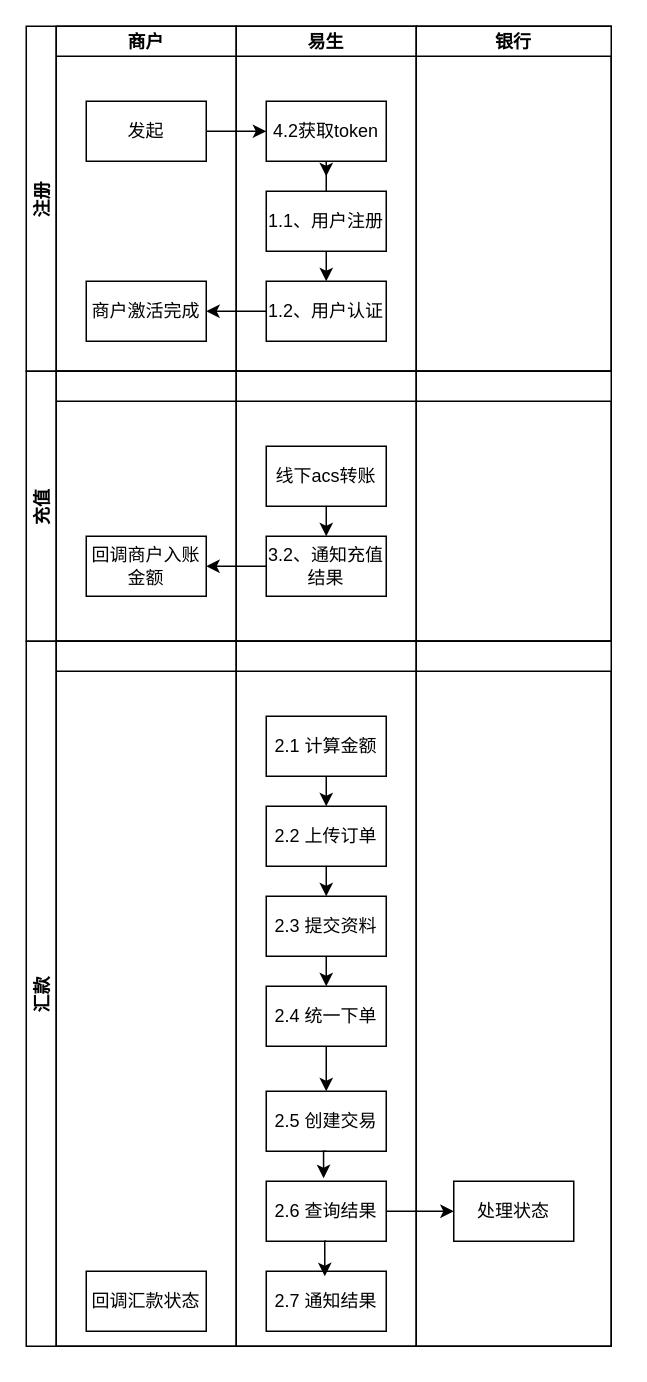
This is 购付汇业务流程.drawio from gao888888/bolg, a draw.io file, before an edit. Source tidied: cells renumbered, new cells numbered last; positions are measured from the earlier drawing's top-left corner, leaving out a move shared by most shapes. Both pictures are drawn from the tidied source at 150%, with x=0, y=0 at pixel (26, 26).
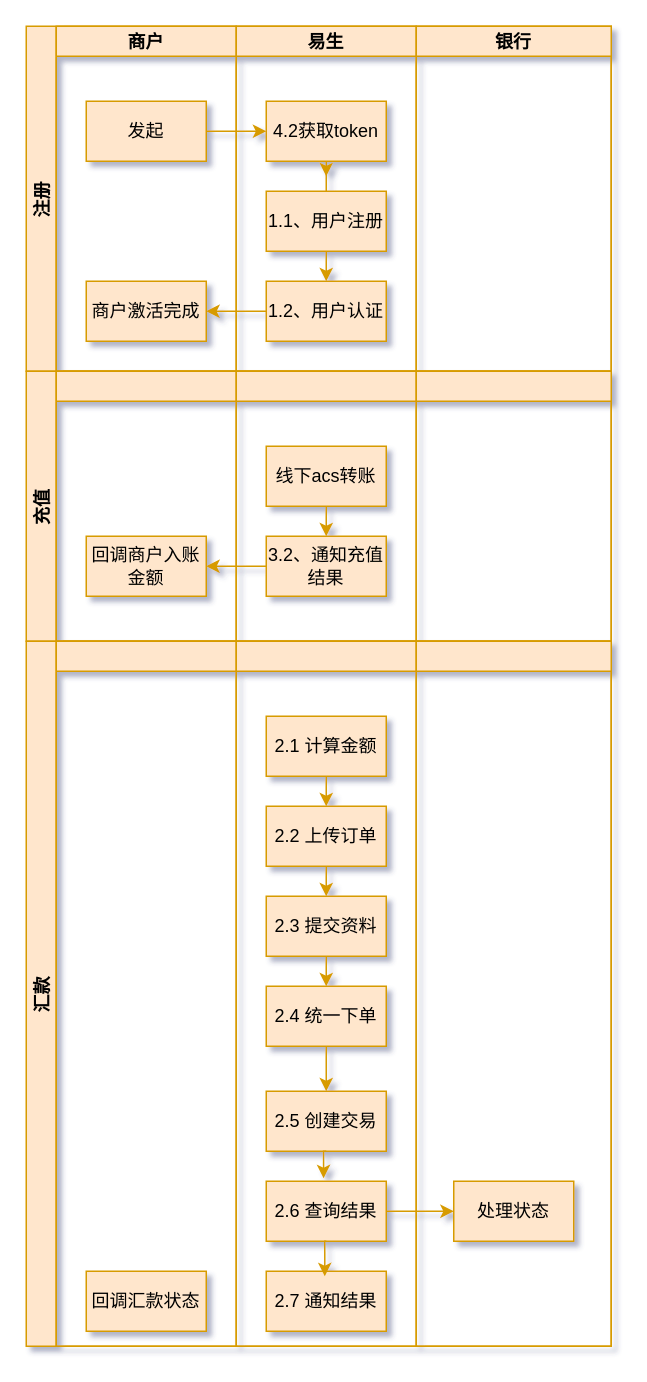
The same diagram, later.

Commit message (it also covers changes not shown here):
更新购付汇业务流程.drawio

Change to the diagram source:
```diff
@@
-<mxGraphModel>
+<mxGraphModel shadow="1">
@@
-    <mxCell id="2" value="注册" style="swimlane;startSize=20;horizontal=0;" parent="1" vertex="1">
+    <mxCell id="2" value="注册" style="swimlane;startSize=20;horizontal=0;fillColor=#ffe6cc;strokeColor=#d79b00;" parent="1" vertex="1">
       <mxGeometry width="390" height="230" as="geometry" />
     </mxCell>
-    <mxCell id="3" value="商户" style="swimlane;startSize=20;" parent="2" vertex="1">
+    <mxCell id="3" value="商户" style="swimlane;startSize=20;fillColor=#ffe6cc;strokeColor=#d79b00;" parent="2" vertex="1">
       <mxGeometry x="20" width="120" height="230" as="geometry" />
     </mxCell>
-    <mxCell id="4" value="发起" style="rounded=0;whiteSpace=wrap;html=1;" parent="3" vertex="1">
+    <mxCell id="4" value="发起" style="rounded=0;whiteSpace=wrap;html=1;fillColor=#ffe6cc;strokeColor=#d79b00;" parent="3" vertex="1">
       <mxGeometry x="20" y="50" width="80" height="40" as="geometry" />
     </mxCell>
-    <mxCell id="5" value="商户激活完成" style="rounded=0;whiteSpace=wrap;html=1;" parent="3" vertex="1">
+    <mxCell id="5" value="商户激活完成" style="rounded=0;whiteSpace=wrap;html=1;fillColor=#ffe6cc;strokeColor=#d79b00;" parent="3" vertex="1">
       <mxGeometry x="20" y="170" width="80" height="40" as="geometry" />
     </mxCell>
-    <mxCell id="6" value="易生" style="swimlane;startSize=20;" parent="2" vertex="1">
+    <mxCell id="6" value="易生" style="swimlane;startSize=20;fillColor=#ffe6cc;strokeColor=#d79b00;" parent="2" vertex="1">
       <mxGeometry x="140" width="120" height="230" as="geometry" />
     </mxCell>
-    <mxCell id="7" value="4.2获取token" style="rounded=0;whiteSpace=wrap;html=1;" parent="6" vertex="1">
+    <mxCell id="7" value="4.2获取token" style="rounded=0;whiteSpace=wrap;html=1;fillColor=#ffe6cc;strokeColor=#d79b00;" parent="6" vertex="1">
       <mxGeometry x="20" y="50" width="80" height="40" as="geometry" />
     </mxCell>
-    <mxCell id="8" style="edgeStyle=orthogonalEdgeStyle;rounded=0;jettySize=auto;html=1;" parent="6" edge="1" source="10">
+    <mxCell id="8" style="edgeStyle=orthogonalEdgeStyle;rounded=0;jettySize=auto;html=1;fillColor=#ffe6cc;strokeColor=#d79b00;" parent="6" edge="1" source="10">
       <mxGeometry relative="1" as="geometry">
         <mxPoint x="60" y="100" as="targetPoint" />
       </mxGeometry>
     </mxCell>
-    <mxCell id="9" style="edgeStyle=orthogonalEdgeStyle;rounded=0;jettySize=auto;html=1;exitX=0.5;exitY=1;exitDx=0;exitDy=0;entryX=0.5;entryY=0;entryDx=0;entryDy=0;" parent="6" edge="1" source="10" target="11">
+    <mxCell id="9" style="edgeStyle=orthogonalEdgeStyle;rounded=0;jettySize=auto;html=1;exitX=0.5;exitY=1;exitDx=0;exitDy=0;entryX=0.5;entryY=0;entryDx=0;entryDy=0;fillColor=#ffe6cc;strokeColor=#d79b00;" parent="6" edge="1" source="10" target="11">
       <mxGeometry relative="1" as="geometry" />
     </mxCell>
-    <mxCell id="10" value="1.1、用户注册" style="rounded=0;whiteSpace=wrap;html=1;" parent="6" vertex="1">
+    <mxCell id="10" value="1.1、用户注册" style="rounded=0;whiteSpace=wrap;html=1;fillColor=#ffe6cc;strokeColor=#d79b00;" parent="6" vertex="1">
       <mxGeometry x="20" y="110" width="80" height="40" as="geometry" />
     </mxCell>
-    <mxCell id="11" value="1.2、用户认证" style="rounded=0;whiteSpace=wrap;html=1;" parent="6" vertex="1">
+    <mxCell id="11" value="1.2、用户认证" style="rounded=0;whiteSpace=wrap;html=1;fillColor=#ffe6cc;strokeColor=#d79b00;" parent="6" vertex="1">
       <mxGeometry x="20" y="170" width="80" height="40" as="geometry" />
     </mxCell>
-    <mxCell id="12" value="银行" style="swimlane;startSize=20;" parent="2" vertex="1">
+    <mxCell id="12" value="银行" style="swimlane;startSize=20;fillColor=#ffe6cc;strokeColor=#d79b00;" parent="2" vertex="1">
       <mxGeometry x="260" width="130" height="230" as="geometry" />
     </mxCell>
-    <mxCell id="13" style="edgeStyle=orthogonalEdgeStyle;rounded=0;jettySize=auto;html=1;" parent="2" edge="1" source="4" target="7">
+    <mxCell id="13" style="edgeStyle=orthogonalEdgeStyle;rounded=0;jettySize=auto;html=1;fillColor=#ffe6cc;strokeColor=#d79b00;" parent="2" edge="1" source="4" target="7">
       <mxGeometry relative="1" as="geometry" />
     </mxCell>
-    <mxCell id="14" style="edgeStyle=orthogonalEdgeStyle;rounded=0;jettySize=auto;html=1;" parent="2" edge="1" source="11" target="5">
+    <mxCell id="14" style="edgeStyle=orthogonalEdgeStyle;rounded=0;jettySize=auto;html=1;fillColor=#ffe6cc;strokeColor=#d79b00;" parent="2" edge="1" source="11" target="5">
       <mxGeometry relative="1" as="geometry" />
     </mxCell>
-    <mxCell id="15" value="充值" style="swimlane;startSize=20;horizontal=0;" parent="1" vertex="1">
+    <mxCell id="15" value="充值" style="swimlane;startSize=20;horizontal=0;fillColor=#ffe6cc;strokeColor=#d79b00;" parent="1" vertex="1">
       <mxGeometry y="230" width="390" height="180" as="geometry" />
     </mxCell>
-    <mxCell id="16" style="swimlane;startSize=20;" parent="15" vertex="1">
+    <mxCell id="16" style="swimlane;startSize=20;fillColor=#ffe6cc;strokeColor=#d79b00;" parent="15" vertex="1">
       <mxGeometry x="20" width="120" height="180" as="geometry" />
     </mxCell>
-    <mxCell id="17" value="回调商户入账金额" style="rounded=0;whiteSpace=wrap;html=1;" parent="16" vertex="1">
+    <mxCell id="17" value="回调商户入账金额" style="rounded=0;whiteSpace=wrap;html=1;fillColor=#ffe6cc;strokeColor=#d79b00;" parent="16" vertex="1">
       <mxGeometry x="20" y="110" width="80" height="40" as="geometry" />
     </mxCell>
-    <mxCell id="18" style="swimlane;startSize=20;" parent="15" vertex="1">
+    <mxCell id="18" style="swimlane;startSize=20;fillColor=#ffe6cc;strokeColor=#d79b00;" parent="15" vertex="1">
       <mxGeometry x="140" width="120" height="180" as="geometry" />
     </mxCell>
-    <mxCell id="19" style="edgeStyle=orthogonalEdgeStyle;rounded=0;jettySize=auto;html=1;exitX=0.5;exitY=1;exitDx=0;exitDy=0;entryX=0.5;entryY=0;entryDx=0;entryDy=0;" parent="18" edge="1" source="20" target="21">
+    <mxCell id="19" style="edgeStyle=orthogonalEdgeStyle;rounded=0;jettySize=auto;html=1;exitX=0.5;exitY=1;exitDx=0;exitDy=0;entryX=0.5;entryY=0;entryDx=0;entryDy=0;fillColor=#ffe6cc;strokeColor=#d79b00;" parent="18" edge="1" source="20" target="21">
       <mxGeometry relative="1" as="geometry" />
     </mxCell>
-    <mxCell id="20" value="线下acs转账" style="rounded=0;whiteSpace=wrap;html=1;" parent="18" vertex="1">
+    <mxCell id="20" value="线下acs转账" style="rounded=0;whiteSpace=wrap;html=1;fillColor=#ffe6cc;strokeColor=#d79b00;" parent="18" vertex="1">
       <mxGeometry x="20" y="50" width="80" height="40" as="geometry" />
     </mxCell>
-    <mxCell id="21" value="3.2、通知充值结果" style="rounded=0;whiteSpace=wrap;html=1;" parent="18" vertex="1">
+    <mxCell id="21" value="3.2、通知充值结果" style="rounded=0;whiteSpace=wrap;html=1;fillColor=#ffe6cc;strokeColor=#d79b00;" parent="18" vertex="1">
       <mxGeometry x="20" y="110" width="80" height="40" as="geometry" />
     </mxCell>
-    <mxCell id="22" style="swimlane;startSize=20;" parent="15" vertex="1">
+    <mxCell id="22" style="swimlane;startSize=20;fillColor=#ffe6cc;strokeColor=#d79b00;" parent="15" vertex="1">
       <mxGeometry x="260" width="130" height="180" as="geometry" />
     </mxCell>
-    <mxCell id="23" style="edgeStyle=orthogonalEdgeStyle;rounded=0;jettySize=auto;html=1;" parent="15" edge="1" source="21" target="17">
+    <mxCell id="23" style="edgeStyle=orthogonalEdgeStyle;rounded=0;jettySize=auto;html=1;fillColor=#ffe6cc;strokeColor=#d79b00;" parent="15" edge="1" source="21" target="17">
       <mxGeometry relative="1" as="geometry" />
     </mxCell>
-    <mxCell id="24" value="汇款" style="swimlane;startSize=20;horizontal=0;" parent="1" vertex="1">
+    <mxCell id="24" value="汇款" style="swimlane;startSize=20;horizontal=0;fillColor=#ffe6cc;strokeColor=#d79b00;" parent="1" vertex="1">
       <mxGeometry y="410" width="390" height="470" as="geometry" />
     </mxCell>
-    <mxCell id="25" style="swimlane;startSize=20;" parent="24" vertex="1">
+    <mxCell id="25" style="swimlane;startSize=20;fillColor=#ffe6cc;strokeColor=#d79b00;" parent="24" vertex="1">
       <mxGeometry x="20" width="120" height="470" as="geometry" />
     </mxCell>
-    <mxCell id="26" value="回调汇款状态" style="rounded=0;whiteSpace=wrap;html=1;" parent="25" vertex="1">
+    <mxCell id="26" value="回调汇款状态" style="rounded=0;whiteSpace=wrap;html=1;fillColor=#ffe6cc;strokeColor=#d79b00;" parent="25" vertex="1">
       <mxGeometry x="20" y="420" width="80" height="40" as="geometry" />
     </mxCell>
-    <mxCell id="27" style="swimlane;startSize=20;" parent="24" vertex="1">
+    <mxCell id="27" style="swimlane;startSize=20;fillColor=#ffe6cc;strokeColor=#d79b00;" parent="24" vertex="1">
       <mxGeometry x="140" width="120" height="470" as="geometry" />
     </mxCell>
-    <mxCell id="28" style="edgeStyle=orthogonalEdgeStyle;rounded=0;jettySize=auto;html=1;exitX=0.5;exitY=1;exitDx=0;exitDy=0;entryX=0.5;entryY=0;entryDx=0;entryDy=0;" parent="27" edge="1" source="29" target="31">
+    <mxCell id="28" style="edgeStyle=orthogonalEdgeStyle;rounded=0;jettySize=auto;html=1;exitX=0.5;exitY=1;exitDx=0;exitDy=0;entryX=0.5;entryY=0;entryDx=0;entryDy=0;fillColor=#ffe6cc;strokeColor=#d79b00;" parent="27" edge="1" source="29" target="31">
       <mxGeometry relative="1" as="geometry" />
     </mxCell>
-    <mxCell id="29" value="2.1 计算金额" style="rounded=0;whiteSpace=wrap;html=1;" parent="27" vertex="1">
+    <mxCell id="29" value="2.1 计算金额" style="rounded=0;whiteSpace=wrap;html=1;fillColor=#ffe6cc;strokeColor=#d79b00;" parent="27" vertex="1">
       <mxGeometry x="20" y="50" width="80" height="40" as="geometry" />
     </mxCell>
-    <mxCell id="30" style="edgeStyle=orthogonalEdgeStyle;rounded=0;jettySize=auto;html=1;exitX=0.5;exitY=1;exitDx=0;exitDy=0;entryX=0.5;entryY=0;entryDx=0;entryDy=0;" parent="27" edge="1" source="31" target="33">
+    <mxCell id="30" style="edgeStyle=orthogonalEdgeStyle;rounded=0;jettySize=auto;html=1;exitX=0.5;exitY=1;exitDx=0;exitDy=0;entryX=0.5;entryY=0;entryDx=0;entryDy=0;fillColor=#ffe6cc;strokeColor=#d79b00;" parent="27" edge="1" source="31" target="33">
       <mxGeometry relative="1" as="geometry" />
     </mxCell>
-    <mxCell id="31" value="2.2 上传订单" style="rounded=0;whiteSpace=wrap;html=1;" parent="27" vertex="1">
+    <mxCell id="31" value="2.2 上传订单" style="rounded=0;whiteSpace=wrap;html=1;fillColor=#ffe6cc;strokeColor=#d79b00;" parent="27" vertex="1">
       <mxGeometry x="20" y="110" width="80" height="40" as="geometry" />
     </mxCell>
-    <mxCell id="32" style="edgeStyle=orthogonalEdgeStyle;rounded=0;jettySize=auto;html=1;exitX=0.5;exitY=1;exitDx=0;exitDy=0;entryX=0.5;entryY=0;entryDx=0;entryDy=0;" parent="27" edge="1" source="33" target="35">
+    <mxCell id="32" style="edgeStyle=orthogonalEdgeStyle;rounded=0;jettySize=auto;html=1;exitX=0.5;exitY=1;exitDx=0;exitDy=0;entryX=0.5;entryY=0;entryDx=0;entryDy=0;fillColor=#ffe6cc;strokeColor=#d79b00;" parent="27" edge="1" source="33" target="35">
       <mxGeometry relative="1" as="geometry" />
     </mxCell>
-    <mxCell id="33" value="2.3 提交资料" style="rounded=0;whiteSpace=wrap;html=1;" parent="27" vertex="1">
+    <mxCell id="33" value="2.3 提交资料" style="rounded=0;whiteSpace=wrap;html=1;fillColor=#ffe6cc;strokeColor=#d79b00;" parent="27" vertex="1">
       <mxGeometry x="20" y="170" width="80" height="40" as="geometry" />
     </mxCell>
-    <mxCell id="34" style="edgeStyle=orthogonalEdgeStyle;rounded=0;jettySize=auto;html=1;exitX=0.5;exitY=1;exitDx=0;exitDy=0;entryX=0.5;entryY=0;entryDx=0;entryDy=0;" parent="27" edge="1" source="35">
+    <mxCell id="34" style="edgeStyle=orthogonalEdgeStyle;rounded=0;jettySize=auto;html=1;exitX=0.5;exitY=1;exitDx=0;exitDy=0;entryX=0.5;entryY=0;entryDx=0;entryDy=0;fillColor=#ffe6cc;strokeColor=#d79b00;" parent="27" edge="1" source="35">
       <mxGeometry relative="1" as="geometry">
         <mxPoint x="60" y="300" as="targetPoint" />
       </mxGeometry>
     </mxCell>
-    <mxCell id="35" value="2.4 统一下单" style="rounded=0;whiteSpace=wrap;html=1;" parent="27" vertex="1">
+    <mxCell id="35" value="2.4 统一下单" style="rounded=0;whiteSpace=wrap;html=1;fillColor=#ffe6cc;strokeColor=#d79b00;" parent="27" vertex="1">
       <mxGeometry x="20" y="230" width="80" height="40" as="geometry" />
     </mxCell>
-    <mxCell id="36" value="2.5 创建交易" style="rounded=0;whiteSpace=wrap;html=1;" parent="27" vertex="1">
+    <mxCell id="36" value="2.5 创建交易" style="rounded=0;whiteSpace=wrap;html=1;fillColor=#ffe6cc;strokeColor=#d79b00;" parent="27" vertex="1">
       <mxGeometry x="20" y="300" width="80" height="40" as="geometry" />
     </mxCell>
-    <mxCell id="37" value="2.6 查询结果" style="rounded=0;whiteSpace=wrap;html=1;" parent="27" vertex="1">
+    <mxCell id="37" value="2.6 查询结果" style="rounded=0;whiteSpace=wrap;html=1;fillColor=#ffe6cc;strokeColor=#d79b00;" parent="27" vertex="1">
       <mxGeometry x="20" y="360" width="80" height="40" as="geometry" />
     </mxCell>
-    <mxCell id="38" style="edgeStyle=orthogonalEdgeStyle;rounded=0;jettySize=auto;html=1;exitX=0.5;exitY=1;exitDx=0;exitDy=0;entryX=0.478;entryY=-0.05;entryDx=0;entryDy=0;entryPerimeter=0;" parent="27" edge="1" source="36" target="37">
+    <mxCell id="38" style="edgeStyle=orthogonalEdgeStyle;rounded=0;jettySize=auto;html=1;exitX=0.5;exitY=1;exitDx=0;exitDy=0;entryX=0.478;entryY=-0.05;entryDx=0;entryDy=0;entryPerimeter=0;fillColor=#ffe6cc;strokeColor=#d79b00;" parent="27" edge="1" source="36" target="37">
       <mxGeometry relative="1" as="geometry" />
     </mxCell>
-    <mxCell id="39" value="2.7 通知结果" style="rounded=0;whiteSpace=wrap;html=1;" parent="27" vertex="1">
+    <mxCell id="39" value="2.7 通知结果" style="rounded=0;whiteSpace=wrap;html=1;fillColor=#ffe6cc;strokeColor=#d79b00;" parent="27" vertex="1">
       <mxGeometry x="20" y="420" width="80" height="40" as="geometry" />
     </mxCell>
-    <mxCell id="40" style="edgeStyle=orthogonalEdgeStyle;rounded=0;jettySize=auto;html=1;exitX=0.5;exitY=1;exitDx=0;exitDy=0;entryX=0.488;entryY=0.083;entryDx=0;entryDy=0;entryPerimeter=0;" parent="27" edge="1" source="37" target="39">
+    <mxCell id="40" style="edgeStyle=orthogonalEdgeStyle;rounded=0;jettySize=auto;html=1;exitX=0.5;exitY=1;exitDx=0;exitDy=0;entryX=0.488;entryY=0.083;entryDx=0;entryDy=0;entryPerimeter=0;fillColor=#ffe6cc;strokeColor=#d79b00;" parent="27" edge="1" source="37" target="39">
       <mxGeometry relative="1" as="geometry" />
     </mxCell>
-    <mxCell id="41" style="swimlane;startSize=20;" parent="24" vertex="1">
+    <mxCell id="41" style="swimlane;startSize=20;fillColor=#ffe6cc;strokeColor=#d79b00;" parent="24" vertex="1">
       <mxGeometry x="260" width="130" height="470" as="geometry" />
     </mxCell>
-    <mxCell id="42" value="处理状态" style="rounded=0;whiteSpace=wrap;html=1;" parent="41" vertex="1">
+    <mxCell id="42" value="处理状态" style="rounded=0;whiteSpace=wrap;html=1;fillColor=#ffe6cc;strokeColor=#d79b00;" parent="41" vertex="1">
       <mxGeometry x="25" y="360" width="80" height="40" as="geometry" />
     </mxCell>
-    <mxCell id="43" style="edgeStyle=orthogonalEdgeStyle;rounded=0;jettySize=auto;html=1;" parent="24" edge="1" source="37" target="42">
+    <mxCell id="43" style="edgeStyle=orthogonalEdgeStyle;rounded=0;jettySize=auto;html=1;fillColor=#ffe6cc;strokeColor=#d79b00;" parent="24" edge="1" source="37" target="42">
       <mxGeometry relative="1" as="geometry" />
     </mxCell>
```
